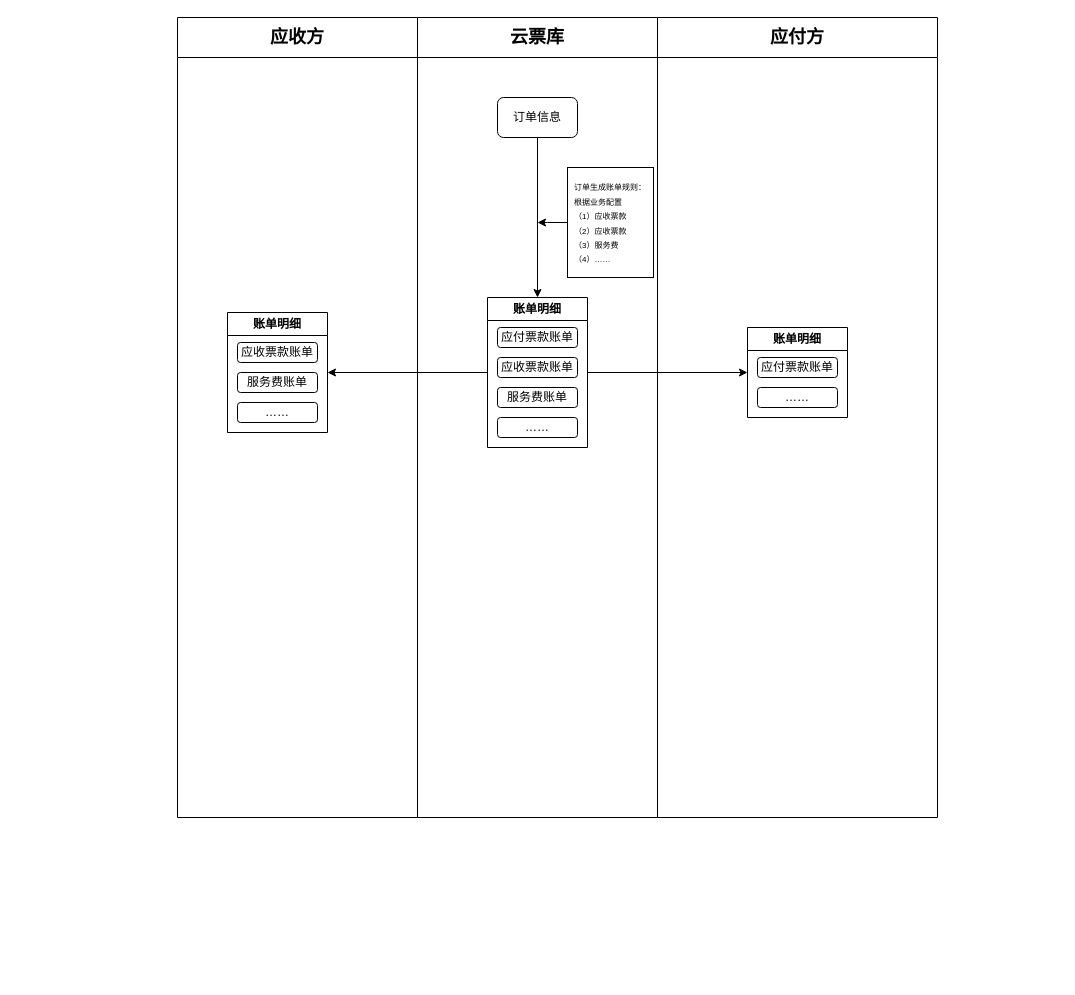
Before: 清分结算/清分结算.drawio in zero-97/picture-of-the-article, a draw.io diagram. Source tidied: cells renumbered, new cells numbered last; positions are measured from the earlier drawing's top-left corner, leaving out a move shared by most shapes. Both pictures are drawn from the tidied source at 100%, with x=0, y=0 at pixel (177, 17).
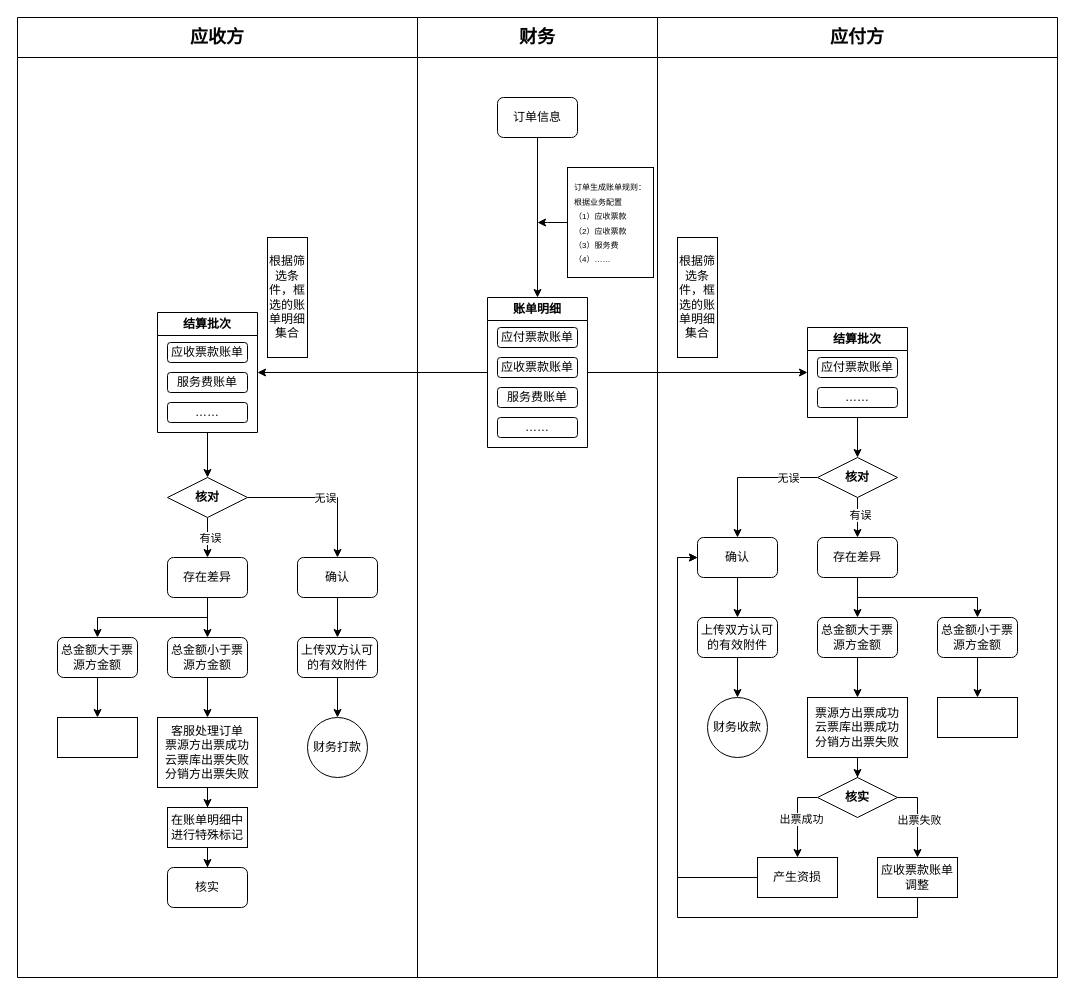
Above is the later version.

Commit message:
更新清分结算.drawio

The edit, as a diff of the source:
```diff
@@
     <mxCell id="2" value="&lt;font style=&quot;font-size: 18px;&quot;&gt;应收方&lt;/font&gt;" style="swimlane;whiteSpace=wrap;html=1;startSize=40;" parent="1" vertex="1">
-      <mxGeometry width="240" height="800" as="geometry" />
+      <mxGeometry x="-160" width="400" height="960" as="geometry" />
     </mxCell>
+    <mxCell id="23" style="edgeStyle=orthogonalEdgeStyle;rounded=0;jettySize=auto;html=1;" parent="2" edge="1" source="3" target="29">
+      <mxGeometry relative="1" as="geometry" />
+    </mxCell>
-    <mxCell id="3" value="账单明细" style="swimlane;whiteSpace=wrap;html=1;" parent="2" vertex="1">
-      <mxGeometry x="50" y="295" width="100" height="120" as="geometry" />
+    <mxCell id="3" value="结算批次" style="swimlane;whiteSpace=wrap;html=1;" parent="2" vertex="1">
+      <mxGeometry x="140" y="295" width="100" height="120" as="geometry" />
     </mxCell>
@@
+    <mxCell id="24" value="根据筛选条件，框选的账单明细集合" style="rounded=0;whiteSpace=wrap;html=1;" parent="2" vertex="1">
+      <mxGeometry x="250" y="220" width="40" height="120" as="geometry" />
+    </mxCell>
+    <mxCell id="25" style="edgeStyle=orthogonalEdgeStyle;rounded=0;jettySize=auto;html=1;" parent="2" edge="1" source="29" target="32">
+      <mxGeometry relative="1" as="geometry" />
+    </mxCell>
+    <mxCell id="26" value="有误" style="edgeLabel;html=1;align=center;verticalAlign=middle;" parent="25" vertex="1">
+      <mxGeometry x="-0.01" y="2" relative="1" as="geometry" />
+    </mxCell>
+    <mxCell id="27" style="edgeStyle=orthogonalEdgeStyle;rounded=0;jettySize=auto;html=1;entryX=0.5;entryY=0;entryDx=0;entryDy=0;" parent="2" edge="1" source="29" target="36">
+      <mxGeometry relative="1" as="geometry" />
+    </mxCell>
+    <mxCell id="28" value="无误" style="edgeLabel;html=1;align=center;verticalAlign=middle;" parent="27" vertex="1">
+      <mxGeometry x="0.02" relative="1" as="geometry" />
+    </mxCell>
+    <mxCell id="29" value="核对" style="rhombus;whiteSpace=wrap;html=1;fontStyle=1;startSize=23;" parent="2" vertex="1">
+      <mxGeometry x="150" y="460" width="80" height="40" as="geometry" />
+    </mxCell>
+    <mxCell id="30" style="edgeStyle=orthogonalEdgeStyle;rounded=0;jettySize=auto;html=1;entryX=0.5;entryY=0;entryDx=0;entryDy=0;" parent="2" edge="1" source="32" target="34">
+      <mxGeometry relative="1" as="geometry" />
+    </mxCell>
+    <mxCell id="31" style="edgeStyle=orthogonalEdgeStyle;rounded=0;jettySize=auto;html=1;exitX=0.5;exitY=1;exitDx=0;exitDy=0;" parent="2" edge="1" source="32" target="45">
+      <mxGeometry relative="1" as="geometry" />
+    </mxCell>
+    <mxCell id="32" value="存在差异" style="rounded=1;whiteSpace=wrap;html=1;" parent="2" vertex="1">
+      <mxGeometry x="150" y="540" width="80" height="40" as="geometry" />
+    </mxCell>
+    <mxCell id="33" style="edgeStyle=orthogonalEdgeStyle;rounded=0;jettySize=auto;html=1;entryX=0.5;entryY=0;entryDx=0;entryDy=0;" parent="2" edge="1" source="34" target="40">
+      <mxGeometry relative="1" as="geometry" />
+    </mxCell>
+    <mxCell id="34" value="总金额小于票源方金额" style="rounded=1;whiteSpace=wrap;html=1;" parent="2" vertex="1">
+      <mxGeometry x="150" y="620" width="80" height="40" as="geometry" />
+    </mxCell>
+    <mxCell id="35" style="edgeStyle=orthogonalEdgeStyle;rounded=0;jettySize=auto;html=1;" parent="2" edge="1" source="36" target="38">
+      <mxGeometry relative="1" as="geometry" />
+    </mxCell>
+    <mxCell id="36" value="确认" style="rounded=1;whiteSpace=wrap;html=1;" parent="2" vertex="1">
+      <mxGeometry x="280" y="540" width="80" height="40" as="geometry" />
+    </mxCell>
+    <mxCell id="37" style="edgeStyle=orthogonalEdgeStyle;rounded=0;jettySize=auto;html=1;" parent="2" edge="1" source="38" target="46">
+      <mxGeometry relative="1" as="geometry" />
+    </mxCell>
+    <mxCell id="38" value="上传双方认可的有效附件" style="rounded=1;whiteSpace=wrap;html=1;" parent="2" vertex="1">
+      <mxGeometry x="280" y="620" width="80" height="40" as="geometry" />
+    </mxCell>
+    <mxCell id="39" style="edgeStyle=orthogonalEdgeStyle;rounded=0;jettySize=auto;html=1;" parent="2" edge="1" source="40" target="41">
+      <mxGeometry relative="1" as="geometry" />
+    </mxCell>
+    <mxCell id="40" value="客服处理订单&lt;div&gt;票源方出票成功&lt;/div&gt;&lt;div&gt;云票库出票失败&lt;/div&gt;&lt;div&gt;分销方出票失败&lt;/div&gt;" style="rounded=0;whiteSpace=wrap;html=1;" parent="2" vertex="1">
+      <mxGeometry x="140" y="700" width="100" height="70" as="geometry" />
+    </mxCell>
+    <mxCell id="41" value="在账单明细中进行特殊标记" style="whiteSpace=wrap;html=1;rounded=0;" parent="2" vertex="1">
+      <mxGeometry x="150" y="790" width="80" height="40" as="geometry" />
+    </mxCell>
+    <mxCell id="42" value="核实" style="rounded=1;whiteSpace=wrap;html=1;" parent="2" vertex="1">
+      <mxGeometry x="150" y="850" width="80" height="40" as="geometry" />
+    </mxCell>
+    <mxCell id="43" style="edgeStyle=orthogonalEdgeStyle;rounded=0;jettySize=auto;html=1;entryX=0.5;entryY=0;entryDx=0;entryDy=0;" parent="2" edge="1" source="41" target="42">
+      <mxGeometry relative="1" as="geometry" />
+    </mxCell>
+    <mxCell id="44" style="edgeStyle=orthogonalEdgeStyle;rounded=0;jettySize=auto;html=1;" parent="2" edge="1" source="45" target="47">
+      <mxGeometry relative="1" as="geometry" />
+    </mxCell>
+    <mxCell id="45" value="总金额大于票源方金额" style="rounded=1;whiteSpace=wrap;html=1;" parent="2" vertex="1">
+      <mxGeometry x="40" y="620" width="80" height="40" as="geometry" />
+    </mxCell>
+    <mxCell id="46" value="财务打款" style="ellipse;whiteSpace=wrap;html=1;" parent="2" vertex="1">
+      <mxGeometry x="290" y="700" width="60" height="60" as="geometry" />
+    </mxCell>
+    <mxCell id="47" style="rounded=0;whiteSpace=wrap;html=1;" parent="2" vertex="1">
+      <mxGeometry x="40" y="700" width="80" height="40" as="geometry" />
+    </mxCell>
-    <mxCell id="7" value="&lt;font style=&quot;font-size: 18px;&quot;&gt;云票库&lt;/font&gt;" style="swimlane;whiteSpace=wrap;html=1;startSize=40;" parent="1" vertex="1">
-      <mxGeometry x="240" width="240" height="800" as="geometry" />
+    <mxCell id="7" value="&lt;font style=&quot;font-size: 18px;&quot;&gt;财务&lt;/font&gt;" style="swimlane;whiteSpace=wrap;html=1;startSize=40;" parent="1" vertex="1">
+      <mxGeometry x="240" width="240" height="960" as="geometry" />
     </mxCell>
@@
     <mxCell id="17" value="&lt;font style=&quot;font-size: 18px;&quot;&gt;应付方&lt;/font&gt;" style="swimlane;whiteSpace=wrap;html=1;startSize=40;" parent="1" vertex="1">
-      <mxGeometry x="480" width="280" height="800" as="geometry" />
+      <mxGeometry x="480" width="400" height="960" as="geometry" />
     </mxCell>
+    <mxCell id="48" style="edgeStyle=orthogonalEdgeStyle;rounded=0;jettySize=auto;html=1;" parent="17" edge="1" source="18" target="54">
+      <mxGeometry relative="1" as="geometry" />
+    </mxCell>
-    <mxCell id="18" value="账单明细" style="swimlane;whiteSpace=wrap;html=1;" parent="17" vertex="1">
-      <mxGeometry x="90" y="310" width="100" height="90" as="geometry" />
+    <mxCell id="18" value="结算批次" style="swimlane;whiteSpace=wrap;html=1;" parent="17" vertex="1">
+      <mxGeometry x="150" y="310" width="100" height="90" as="geometry" />
     </mxCell>
@@
+    <mxCell id="49" value="根据筛选条件，框选的账单明细集合" style="rounded=0;whiteSpace=wrap;html=1;" parent="17" vertex="1">
+      <mxGeometry x="20" y="220" width="40" height="120" as="geometry" />
+    </mxCell>
+    <mxCell id="50" style="edgeStyle=orthogonalEdgeStyle;rounded=0;jettySize=auto;html=1;" parent="17" edge="1" source="54" target="57">
+      <mxGeometry relative="1" as="geometry" />
+    </mxCell>
+    <mxCell id="51" value="有误" style="edgeLabel;html=1;align=center;verticalAlign=middle;" parent="50" vertex="1">
+      <mxGeometry x="-0.13" y="2" relative="1" as="geometry" />
+    </mxCell>
+    <mxCell id="52" style="edgeStyle=orthogonalEdgeStyle;rounded=0;jettySize=auto;html=1;" parent="17" edge="1" source="54" target="59">
+      <mxGeometry relative="1" as="geometry" />
+    </mxCell>
+    <mxCell id="53" value="无误" style="edgeLabel;html=1;align=center;verticalAlign=middle;" parent="52" vertex="1">
+      <mxGeometry x="-0.57" relative="1" as="geometry" />
+    </mxCell>
+    <mxCell id="54" value="核对" style="rhombus;whiteSpace=wrap;html=1;fontStyle=1;startSize=23;" parent="17" vertex="1">
+      <mxGeometry x="160" y="440" width="80" height="40" as="geometry" />
+    </mxCell>
+    <mxCell id="55" style="edgeStyle=orthogonalEdgeStyle;rounded=0;jettySize=auto;html=1;entryX=0.5;entryY=0;entryDx=0;entryDy=0;" parent="17" edge="1" source="57" target="61">
+      <mxGeometry relative="1" as="geometry" />
+    </mxCell>
+    <mxCell id="56" style="edgeStyle=orthogonalEdgeStyle;rounded=0;jettySize=auto;html=1;" parent="17" edge="1" source="57" target="63">
+      <mxGeometry relative="1" as="geometry">
+        <Array as="points">
+          <mxPoint x="200" y="580" />
+          <mxPoint x="320" y="580" />
+        </Array>
+      </mxGeometry>
+    </mxCell>
+    <mxCell id="57" value="存在差异" style="rounded=1;whiteSpace=wrap;html=1;" parent="17" vertex="1">
+      <mxGeometry x="160" y="520" width="80" height="40" as="geometry" />
+    </mxCell>
+    <mxCell id="58" style="edgeStyle=orthogonalEdgeStyle;rounded=0;jettySize=auto;html=1;" parent="17" edge="1" source="59" target="77">
+      <mxGeometry relative="1" as="geometry" />
+    </mxCell>
+    <mxCell id="59" value="确认" style="rounded=1;whiteSpace=wrap;html=1;" parent="17" vertex="1">
+      <mxGeometry x="40" y="520" width="80" height="40" as="geometry" />
+    </mxCell>
+    <mxCell id="60" style="edgeStyle=orthogonalEdgeStyle;rounded=0;jettySize=auto;html=1;" parent="17" edge="1" source="61" target="65">
+      <mxGeometry relative="1" as="geometry" />
+    </mxCell>
+    <mxCell id="61" value="总金额大于票源方金额" style="rounded=1;whiteSpace=wrap;html=1;" parent="17" vertex="1">
+      <mxGeometry x="160" y="600" width="80" height="40" as="geometry" />
+    </mxCell>
+    <mxCell id="62" style="edgeStyle=orthogonalEdgeStyle;rounded=0;jettySize=auto;html=1;" parent="17" edge="1" source="63" target="66">
+      <mxGeometry relative="1" as="geometry" />
+    </mxCell>
+    <mxCell id="63" value="总金额小于票源方金额" style="rounded=1;whiteSpace=wrap;html=1;" parent="17" vertex="1">
+      <mxGeometry x="280" y="600" width="80" height="40" as="geometry" />
+    </mxCell>
+    <mxCell id="64" style="edgeStyle=orthogonalEdgeStyle;rounded=0;jettySize=auto;html=1;" parent="17" edge="1" source="65" target="71">
+      <mxGeometry relative="1" as="geometry" />
+    </mxCell>
+    <mxCell id="65" value="票源方出票成功&lt;div&gt;云票库出票成功&lt;/div&gt;&lt;div&gt;分销方出票失败&lt;/div&gt;" style="rounded=0;whiteSpace=wrap;html=1;" parent="17" vertex="1">
+      <mxGeometry x="150" y="680" width="100" height="60" as="geometry" />
+    </mxCell>
+    <mxCell id="66" style="rounded=0;whiteSpace=wrap;html=1;" parent="17" vertex="1">
+      <mxGeometry x="280" y="680" width="80" height="40" as="geometry" />
+    </mxCell>
+    <mxCell id="67" style="edgeStyle=orthogonalEdgeStyle;rounded=0;jettySize=auto;html=1;exitX=0;exitY=0.5;exitDx=0;exitDy=0;" parent="17" edge="1" source="71" target="73">
+      <mxGeometry relative="1" as="geometry" />
+    </mxCell>
+    <mxCell id="68" value="出票成功" style="edgeLabel;html=1;align=center;verticalAlign=middle;" parent="67" vertex="1">
+      <mxGeometry x="0.02" y="3" relative="1" as="geometry" />
+    </mxCell>
+    <mxCell id="69" style="edgeStyle=orthogonalEdgeStyle;rounded=0;jettySize=auto;html=1;entryX=0.5;entryY=0;entryDx=0;entryDy=0;exitX=1;exitY=0.5;exitDx=0;exitDy=0;" parent="17" edge="1" source="71" target="75">
+      <mxGeometry relative="1" as="geometry" />
+    </mxCell>
+    <mxCell id="70" value="出票失败" style="edgeLabel;html=1;align=center;verticalAlign=middle;" parent="69" vertex="1">
+      <mxGeometry x="0.06" y="1" relative="1" as="geometry" />
+    </mxCell>
+    <mxCell id="71" value="核实" style="rhombus;whiteSpace=wrap;html=1;fontStyle=1;startSize=23;" parent="17" vertex="1">
+      <mxGeometry x="160" y="760" width="80" height="40" as="geometry" />
+    </mxCell>
+    <mxCell id="72" style="edgeStyle=orthogonalEdgeStyle;rounded=0;jettySize=auto;html=1;entryX=0;entryY=0.5;entryDx=0;entryDy=0;" parent="17" edge="1" source="73" target="59">
+      <mxGeometry relative="1" as="geometry">
+        <Array as="points">
+          <mxPoint x="20" y="860" />
+          <mxPoint x="20" y="540" />
+        </Array>
+      </mxGeometry>
+    </mxCell>
+    <mxCell id="73" value="产生资损" style="rounded=0;whiteSpace=wrap;html=1;" parent="17" vertex="1">
+      <mxGeometry x="100" y="840" width="80" height="40" as="geometry" />
+    </mxCell>
+    <mxCell id="74" style="edgeStyle=orthogonalEdgeStyle;rounded=0;jettySize=auto;html=1;" parent="17" edge="1" source="75" target="59">
+      <mxGeometry relative="1" as="geometry">
+        <Array as="points">
+          <mxPoint x="260" y="900" />
+          <mxPoint x="20" y="900" />
+          <mxPoint x="20" y="540" />
+        </Array>
+      </mxGeometry>
+    </mxCell>
+    <mxCell id="75" value="应收票款账单调整" style="rounded=0;whiteSpace=wrap;html=1;" parent="17" vertex="1">
+      <mxGeometry x="220" y="840" width="80" height="40" as="geometry" />
+    </mxCell>
+    <mxCell id="76" style="edgeStyle=orthogonalEdgeStyle;rounded=0;jettySize=auto;html=1;" parent="17" edge="1" source="77" target="78">
+      <mxGeometry relative="1" as="geometry" />
+    </mxCell>
+    <mxCell id="77" value="上传双方认可的有效附件" style="rounded=1;whiteSpace=wrap;html=1;" parent="17" vertex="1">
+      <mxGeometry x="40" y="600" width="80" height="40" as="geometry" />
+    </mxCell>
+    <mxCell id="78" value="财务收款" style="ellipse;whiteSpace=wrap;html=1;" parent="17" vertex="1">
+      <mxGeometry x="50" y="680" width="60" height="60" as="geometry" />
+    </mxCell>
```
